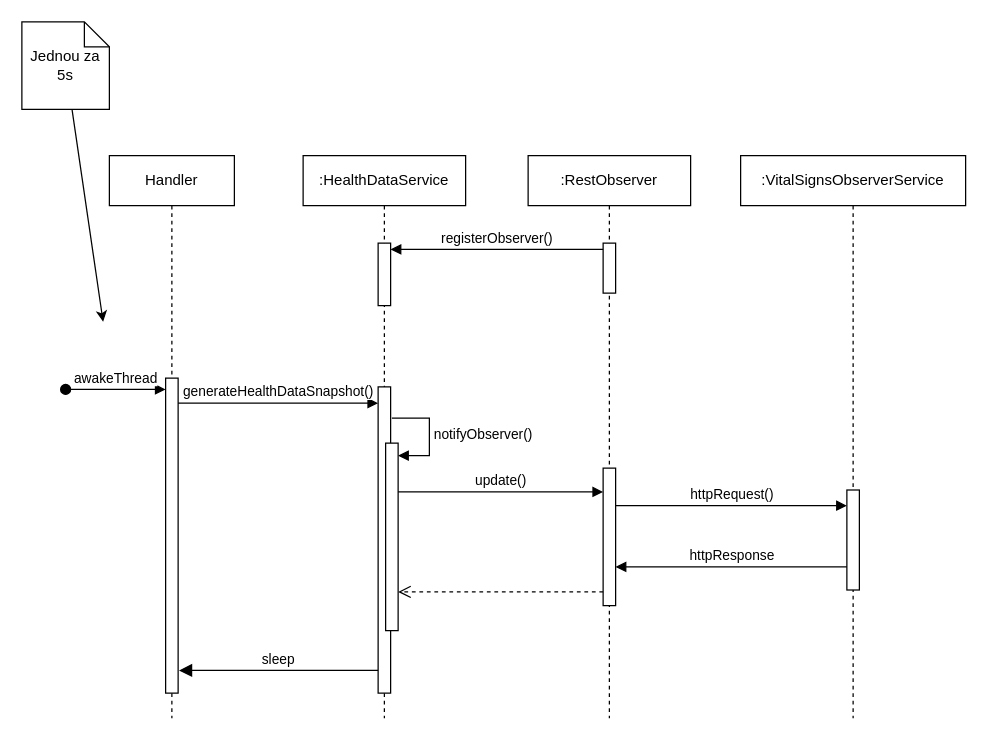
The draw.io diagram page "HealthDataSending" (2 of 5) of diagrams/SequenceDiagram.drawio in hollepat/VirtualDoctor_, before the edit. Source tidied: cells renumbered, new cells numbered last; positions are measured from the earlier drawing's top-left corner, leaving out a move shared by most shapes. Both pictures are drawn from the tidied source at 125%, with x=0, y=0 at pixel (21, 21).
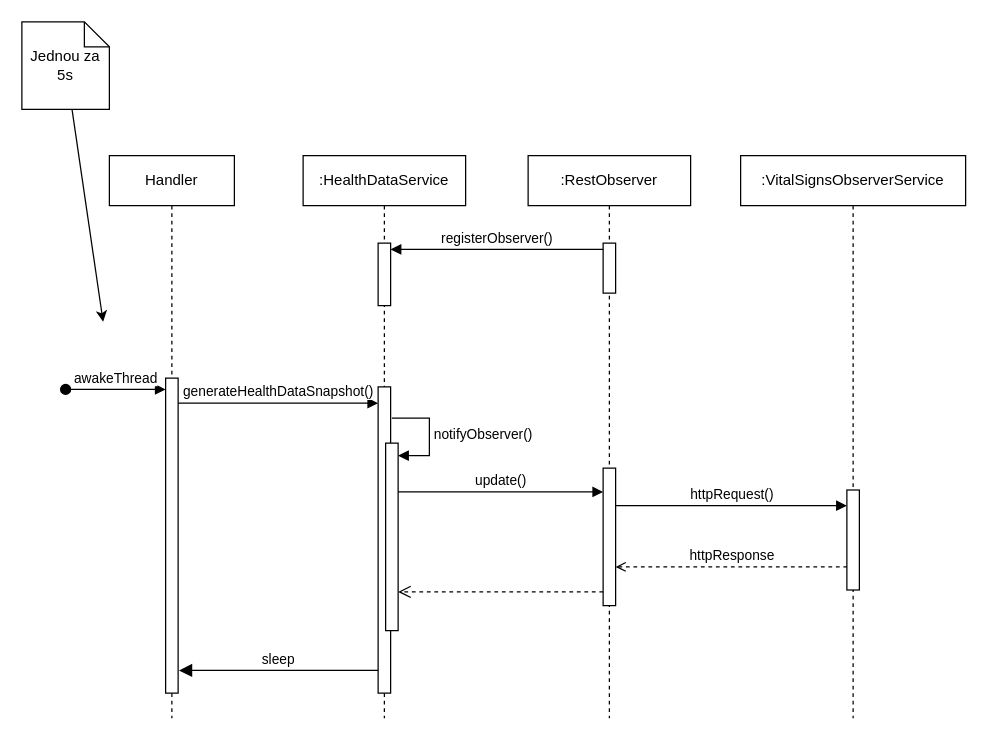
The same diagram, later.

The edit, as a diff of the source:
```diff
@@
-    <mxCell id="19" value="httpResponse" style="html=1;verticalAlign=bottom;endArrow=none;curved=0;rounded=0;endFill=0;startArrow=block;startFill=1;endSize=6;startSize=6;" parent="1" edge="1">
-      <mxGeometry relative="1" as="geometry">
+    <mxCell id="19" value="httpResponse" style="html=1;verticalAlign=bottom;endArrow=none;curved=0;rounded=0;endFill=0;startArrow=open;startFill=0;endSize=6;startSize=6;dashed=1;" parent="1" edge="1">
+      <mxGeometry x="0.01" relative="1" as="geometry">
         <mxPoint x="475" y="436" as="sourcePoint" />
         <mxPoint x="660" y="436" as="targetPoint" />
       </mxGeometry>
     </mxCell>
```
